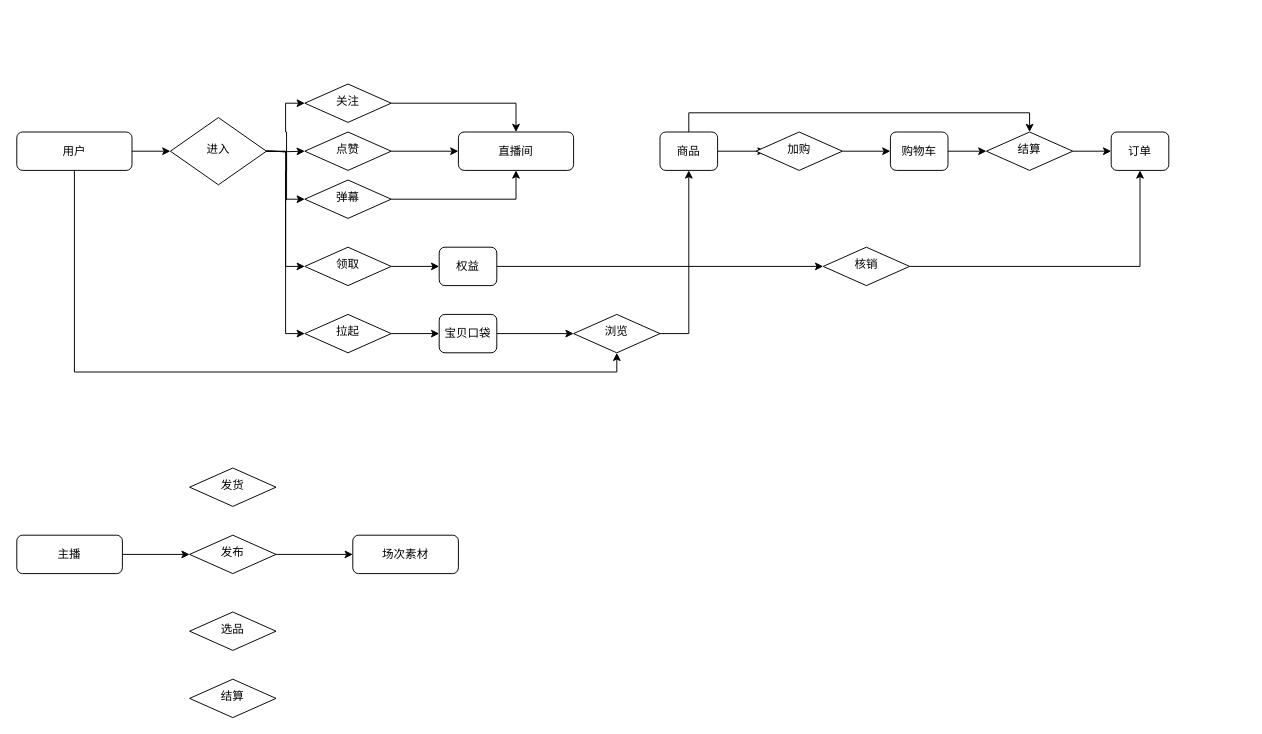
This is page "E-R图草稿" (1 of 3) of Untitled Diagram.drawio from BreakawayChu/breakawaychu.github.com, a draw.io file, before an edit. Source tidied: cells renumbered, new cells numbered last; positions are measured from the earlier drawing's top-left corner, leaving out a move shared by most shapes. Both pictures are drawn from the tidied source at 96%, with x=0, y=0 at pixel (16, 84).
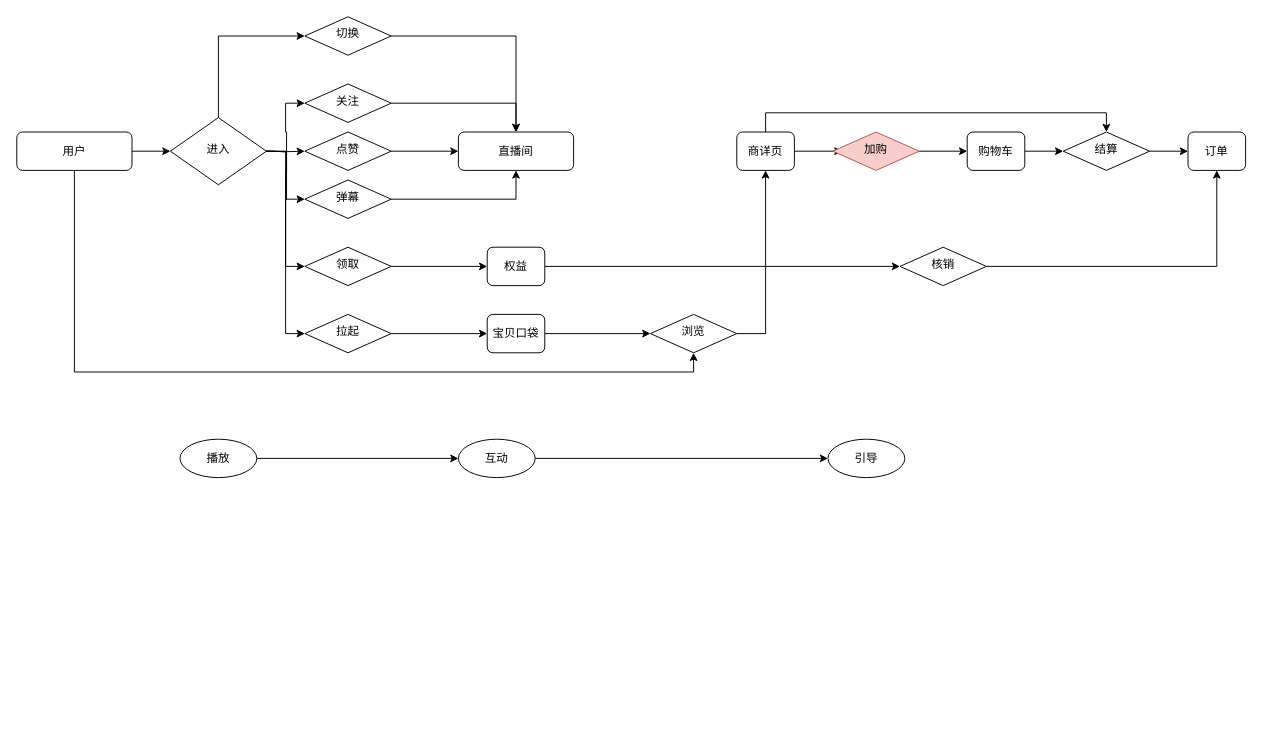
After the change.

Unchanged cells that the change refers to:
```xml
<mxCell id="6" value="进入" style="rhombus;whiteSpace=wrap;html=1;shadow=0;fontFamily=Helvetica;fontSize=12;align=center;strokeWidth=1;spacing=6;spacingTop=-4;" parent="1" vertex="1">
  <mxGeometry x="160" y="35" width="100" height="70" as="geometry" />
</mxCell>
<mxCell id="32" value="直播间" style="rounded=1;whiteSpace=wrap;html=1;fontSize=12;glass=0;strokeWidth=1;shadow=0;" parent="1" vertex="1">
  <mxGeometry x="460" y="50" width="120" height="40" as="geometry" />
</mxCell>
```

Change to the diagram source:
```diff
@@
+    <mxCell id="48" style="edgeStyle=orthogonalEdgeStyle;rounded=0;jettySize=auto;html=1;exitX=0.5;exitY=0;exitDx=0;exitDy=0;entryX=0;entryY=0.5;entryDx=0;entryDy=0;" parent="1" edge="1" source="6" target="50">
+      <mxGeometry relative="1" as="geometry" />
+    </mxCell>
@@
-    <mxCell id="13" style="edgeStyle=orthogonalEdgeStyle;rounded=0;jettySize=auto;html=1;exitX=1;exitY=0.5;exitDx=0;exitDy=0;entryX=0;entryY=0.5;entryDx=0;entryDy=0;" parent="1" edge="1" source="14" target="44">
-      <mxGeometry relative="1" as="geometry" />
-    </mxCell>
-    <mxCell id="14" value="主播" style="rounded=1;whiteSpace=wrap;html=1;fontSize=12;glass=0;strokeWidth=1;shadow=0;" parent="1" vertex="1">
-      <mxGeometry y="470" width="110" height="40" as="geometry" />
-    </mxCell>
@@
     <mxCell id="16" value="宝贝口袋" style="rounded=1;whiteSpace=wrap;html=1;fontSize=12;glass=0;strokeWidth=1;shadow=0;" parent="1" vertex="1">
-      <mxGeometry x="440" y="240" width="60" height="40" as="geometry" />
+      <mxGeometry x="490" y="240" width="60" height="40" as="geometry" />
     </mxCell>
@@
-    <mxCell id="25" value="商品" style="rounded=1;whiteSpace=wrap;html=1;fontSize=12;glass=0;strokeWidth=1;shadow=0;" parent="1" vertex="1">
-      <mxGeometry x="670" y="50" width="60" height="40" as="geometry" />
+    <mxCell id="25" value="商详页" style="rounded=1;whiteSpace=wrap;html=1;fontSize=12;glass=0;strokeWidth=1;shadow=0;" parent="1" vertex="1">
+      <mxGeometry x="750" y="50" width="60" height="40" as="geometry" />
     </mxCell>
@@
     <mxCell id="27" value="购物车" style="rounded=1;whiteSpace=wrap;html=1;fontSize=12;glass=0;strokeWidth=1;shadow=0;" parent="1" vertex="1">
-      <mxGeometry x="910" y="50" width="60" height="40" as="geometry" />
+      <mxGeometry x="990" y="50" width="60" height="40" as="geometry" />
     </mxCell>
@@
     <mxCell id="29" value="结算" style="rhombus;whiteSpace=wrap;html=1;shadow=0;fontFamily=Helvetica;fontSize=12;align=center;strokeWidth=1;spacing=6;spacingTop=-4;" parent="1" vertex="1">
-      <mxGeometry x="1010" y="50" width="90" height="40" as="geometry" />
+      <mxGeometry x="1090" y="50" width="90" height="40" as="geometry" />
     </mxCell>
@@
     <mxCell id="31" value="权益" style="rounded=1;whiteSpace=wrap;html=1;fontSize=12;glass=0;strokeWidth=1;shadow=0;" parent="1" vertex="1">
-      <mxGeometry x="440" y="170" width="60" height="40" as="geometry" />
+      <mxGeometry x="490" y="170" width="60" height="40" as="geometry" />
     </mxCell>
@@
     <mxCell id="35" value="订单" style="rounded=1;whiteSpace=wrap;html=1;fontSize=12;glass=0;strokeWidth=1;shadow=0;" parent="1" vertex="1">
-      <mxGeometry x="1140" y="50" width="60" height="40" as="geometry" />
+      <mxGeometry x="1220" y="50" width="60" height="40" as="geometry" />
     </mxCell>
-    <mxCell id="36" value="场次素材" style="rounded=1;whiteSpace=wrap;html=1;fontSize=12;glass=0;strokeWidth=1;shadow=0;" parent="1" vertex="1">
-      <mxGeometry x="350" y="470" width="110" height="40" as="geometry" />
-    </mxCell>
@@
     <mxCell id="38" value="浏览" style="rhombus;whiteSpace=wrap;html=1;shadow=0;fontFamily=Helvetica;fontSize=12;align=center;strokeWidth=1;spacing=6;spacingTop=-4;" parent="1" vertex="1">
-      <mxGeometry x="580" y="240" width="90" height="40" as="geometry" />
+      <mxGeometry x="660" y="240" width="90" height="40" as="geometry" />
     </mxCell>
@@
-    <mxCell id="40" value="加购" style="rhombus;whiteSpace=wrap;html=1;shadow=0;fontFamily=Helvetica;fontSize=12;align=center;strokeWidth=1;spacing=6;spacingTop=-4;" parent="1" vertex="1">
-      <mxGeometry x="770" y="50" width="90" height="40" as="geometry" />
+    <mxCell id="40" value="加购" style="rhombus;whiteSpace=wrap;html=1;shadow=0;fontFamily=Helvetica;fontSize=12;align=center;strokeWidth=1;spacing=6;spacingTop=-4;fillColor=#f8cecc;strokeColor=#b85450;" parent="1" vertex="1">
+      <mxGeometry x="850" y="50" width="90" height="40" as="geometry" />
     </mxCell>
@@
     <mxCell id="42" value="核销" style="rhombus;whiteSpace=wrap;html=1;shadow=0;fontFamily=Helvetica;fontSize=12;align=center;strokeWidth=1;spacing=6;spacingTop=-4;" parent="1" vertex="1">
-      <mxGeometry x="840" y="170" width="90" height="40" as="geometry" />
+      <mxGeometry x="920" y="170" width="90" height="40" as="geometry" />
     </mxCell>
-    <mxCell id="43" style="edgeStyle=orthogonalEdgeStyle;rounded=0;jettySize=auto;html=1;exitX=1;exitY=0.5;exitDx=0;exitDy=0;entryX=0;entryY=0.5;entryDx=0;entryDy=0;" parent="1" edge="1" source="44" target="36">
-      <mxGeometry relative="1" as="geometry" />
-    </mxCell>
-    <mxCell id="44" value="发布" style="rhombus;whiteSpace=wrap;html=1;shadow=0;fontFamily=Helvetica;fontSize=12;align=center;strokeWidth=1;spacing=6;spacingTop=-4;" parent="1" vertex="1">
-      <mxGeometry x="180" y="470" width="90" height="40" as="geometry" />
-    </mxCell>
-    <mxCell id="45" value="选品" style="rhombus;whiteSpace=wrap;html=1;shadow=0;fontFamily=Helvetica;fontSize=12;align=center;strokeWidth=1;spacing=6;spacingTop=-4;" parent="1" vertex="1">
-      <mxGeometry x="180" y="550" width="90" height="40" as="geometry" />
-    </mxCell>
-    <mxCell id="46" value="发货" style="rhombus;whiteSpace=wrap;html=1;shadow=0;fontFamily=Helvetica;fontSize=12;align=center;strokeWidth=1;spacing=6;spacingTop=-4;" parent="1" vertex="1">
-      <mxGeometry x="180" y="400" width="90" height="40" as="geometry" />
-    </mxCell>
-    <mxCell id="47" value="结算" style="rhombus;whiteSpace=wrap;html=1;shadow=0;fontFamily=Helvetica;fontSize=12;align=center;strokeWidth=1;spacing=6;spacingTop=-4;" parent="1" vertex="1">
-      <mxGeometry x="180" y="620" width="90" height="40" as="geometry" />
-    </mxCell>
+    <mxCell id="49" style="edgeStyle=orthogonalEdgeStyle;rounded=0;jettySize=auto;html=1;exitX=1;exitY=0.5;exitDx=0;exitDy=0;" parent="1" edge="1" source="50" target="32">
+      <mxGeometry relative="1" as="geometry" />
+    </mxCell>
+    <mxCell id="50" value="切换" style="rhombus;whiteSpace=wrap;html=1;shadow=0;fontFamily=Helvetica;fontSize=12;align=center;strokeWidth=1;spacing=6;spacingTop=-4;" parent="1" vertex="1">
+      <mxGeometry x="300" y="-70" width="90" height="40" as="geometry" />
+    </mxCell>
+    <mxCell id="51" style="edgeStyle=orthogonalEdgeStyle;rounded=0;jettySize=auto;html=1;exitX=1;exitY=0.5;exitDx=0;exitDy=0;" parent="1" edge="1" source="52" target="54">
+      <mxGeometry relative="1" as="geometry" />
+    </mxCell>
+    <mxCell id="52" value="播放" style="ellipse;whiteSpace=wrap;html=1;" parent="1" vertex="1">
+      <mxGeometry x="170" y="370" width="80" height="40" as="geometry" />
+    </mxCell>
+    <mxCell id="53" style="edgeStyle=orthogonalEdgeStyle;rounded=0;jettySize=auto;html=1;exitX=1;exitY=0.5;exitDx=0;exitDy=0;entryX=0;entryY=0.5;entryDx=0;entryDy=0;" parent="1" edge="1" source="54" target="55">
+      <mxGeometry relative="1" as="geometry" />
+    </mxCell>
+    <mxCell id="54" value="互动" style="ellipse;whiteSpace=wrap;html=1;" parent="1" vertex="1">
+      <mxGeometry x="460" y="370" width="80" height="40" as="geometry" />
+    </mxCell>
+    <mxCell id="55" value="引导" style="ellipse;whiteSpace=wrap;html=1;" parent="1" vertex="1">
+      <mxGeometry x="845" y="370" width="80" height="40" as="geometry" />
+    </mxCell>
```
